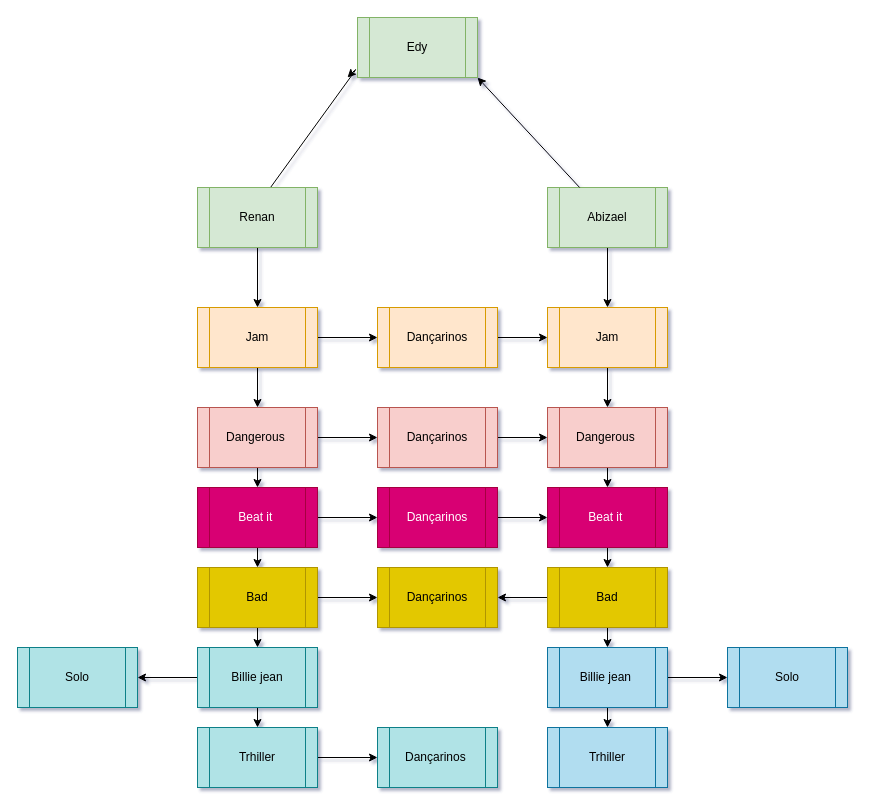
The draw.io diagram Drawio.Drawio01.drawio in edskate/Engles_2026_12_02-, before the edit. Source tidied: cells renumbered, new cells numbered last; positions are measured from the earlier drawing's top-left corner, leaving out a move shared by most shapes. Both pictures are drawn from the tidied source at 100%, with x=0, y=0 at pixel (17, 17).
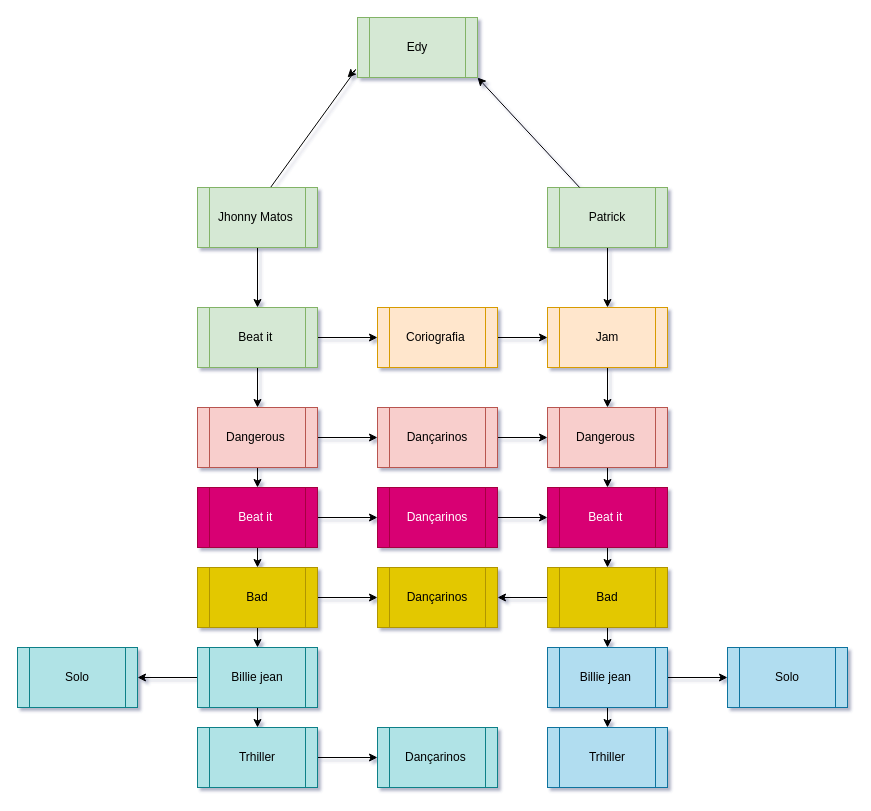
Above is the later version.

The edit, as a diff of the source:
```diff
@@
-    <mxCell id="4" value="Renan" style="shape=process;whiteSpace=wrap;html=1;backgroundOutline=1;fillColor=#d5e8d4;strokeColor=#82b366;" parent="1" vertex="1">
+    <mxCell id="4" value="Jhonny Matos&amp;nbsp;" style="shape=process;whiteSpace=wrap;html=1;backgroundOutline=1;fillColor=#d5e8d4;strokeColor=#82b366;" parent="1" vertex="1">
       <mxGeometry x="180" y="170" width="120" height="60" as="geometry" />
     </mxCell>
@@
-    <mxCell id="7" value="Abizael" style="shape=process;whiteSpace=wrap;html=1;backgroundOutline=1;fillColor=#d5e8d4;strokeColor=#82b366;" parent="1" vertex="1">
+    <mxCell id="7" value="Patrick" style="shape=process;whiteSpace=wrap;html=1;backgroundOutline=1;fillColor=#d5e8d4;strokeColor=#82b366;" parent="1" vertex="1">
       <mxGeometry x="530" y="170" width="120" height="60" as="geometry" />
     </mxCell>
@@
-    <mxCell id="13" value="Jam" style="shape=process;whiteSpace=wrap;html=1;backgroundOutline=1;fillColor=#ffe6cc;strokeColor=#d79b00;" parent="1" vertex="1">
+    <mxCell id="13" value="Beat it&amp;nbsp;" style="shape=process;whiteSpace=wrap;html=1;backgroundOutline=1;fillColor=#d5e8d4;strokeColor=#82b366;" parent="1" vertex="1">
       <mxGeometry x="180" y="290" width="120" height="60" as="geometry" />
     </mxCell>
@@
-    <mxCell id="48" value="Dançarinos" style="shape=process;whiteSpace=wrap;html=1;backgroundOutline=1;fillColor=#ffe6cc;strokeColor=#d79b00;" parent="1" vertex="1">
+    <mxCell id="48" value="Coriografia&amp;nbsp;" style="shape=process;whiteSpace=wrap;html=1;backgroundOutline=1;fillColor=#ffe6cc;strokeColor=#d79b00;" parent="1" vertex="1">
       <mxGeometry x="360" y="290" width="120" height="60" as="geometry" />
     </mxCell>
```
